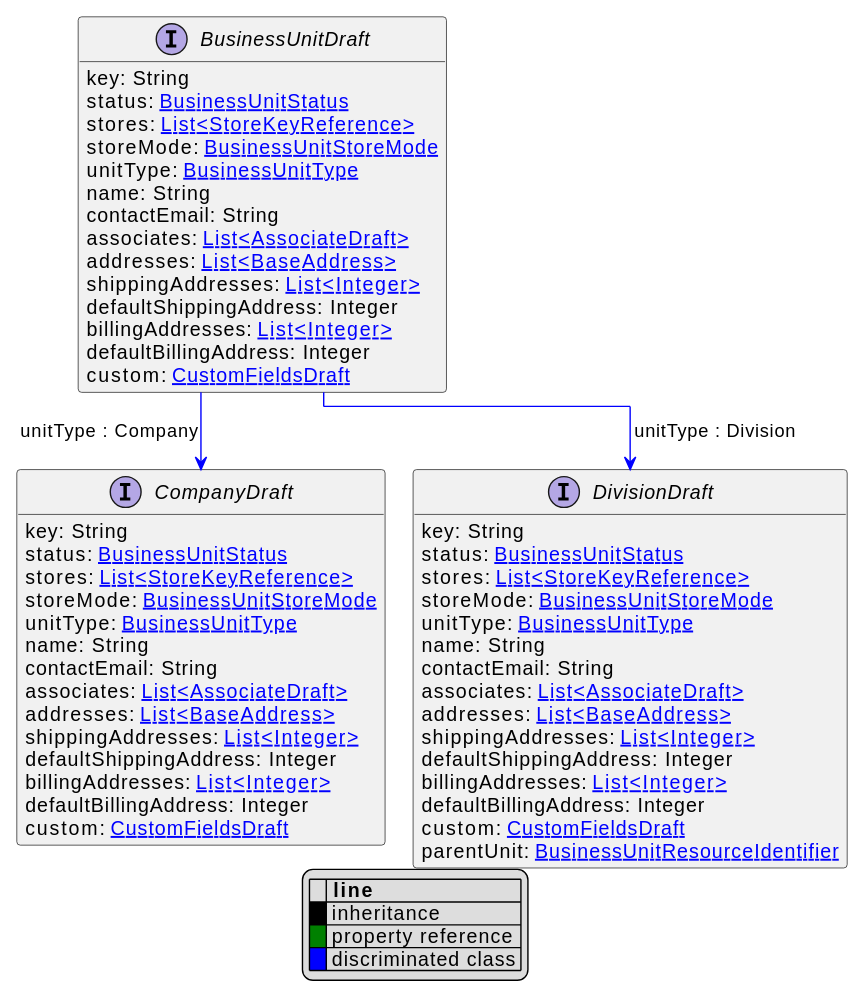
Above: uml/api/svg/BusinessUnitDraft.svg in commercetools/commercetools-api-reference (PlantUML), before the change. Its diagram source:
```plantuml
@startuml
!pragma layout elk
hide empty fields
hide empty methods
legend
|= |= line |
|<back:black>   </back>| inheritance |
|<back:green>   </back>| property reference |
|<back:blue>   </back>| discriminated class |
endlegend
interface BusinessUnitDraft [[BusinessUnitDraft.svg]]  {
    key: String
    status: [[BusinessUnitStatus.svg BusinessUnitStatus]]
    stores: [[StoreKeyReference.svg List<StoreKeyReference>]]
    storeMode: [[BusinessUnitStoreMode.svg BusinessUnitStoreMode]]
    unitType: [[BusinessUnitType.svg BusinessUnitType]]
    name: String
    contactEmail: String
    associates: [[AssociateDraft.svg List<AssociateDraft>]]
    addresses: [[BaseAddress.svg List<BaseAddress>]]
    shippingAddresses: [[Integer.svg List<Integer>]]
    defaultShippingAddress: Integer
    billingAddresses: [[Integer.svg List<Integer>]]
    defaultBillingAddress: Integer
    custom: [[CustomFieldsDraft.svg CustomFieldsDraft]]
}


interface CompanyDraft [[CompanyDraft.svg]]  {
    key: String
    status: [[BusinessUnitStatus.svg BusinessUnitStatus]]
    stores: [[StoreKeyReference.svg List<StoreKeyReference>]]
    storeMode: [[BusinessUnitStoreMode.svg BusinessUnitStoreMode]]
    unitType: [[BusinessUnitType.svg BusinessUnitType]]
    name: String
    contactEmail: String
    associates: [[AssociateDraft.svg List<AssociateDraft>]]
    addresses: [[BaseAddress.svg List<BaseAddress>]]
    shippingAddresses: [[Integer.svg List<Integer>]]
    defaultShippingAddress: Integer
    billingAddresses: [[Integer.svg List<Integer>]]
    defaultBillingAddress: Integer
    custom: [[CustomFieldsDraft.svg CustomFieldsDraft]]
}
interface DivisionDraft [[DivisionDraft.svg]]  {
    key: String
    status: [[BusinessUnitStatus.svg BusinessUnitStatus]]
    stores: [[StoreKeyReference.svg List<StoreKeyReference>]]
    storeMode: [[BusinessUnitStoreMode.svg BusinessUnitStoreMode]]
    unitType: [[BusinessUnitType.svg BusinessUnitType]]
    name: String
    contactEmail: String
    associates: [[AssociateDraft.svg List<AssociateDraft>]]
    addresses: [[BaseAddress.svg List<BaseAddress>]]
    shippingAddresses: [[Integer.svg List<Integer>]]
    defaultShippingAddress: Integer
    billingAddresses: [[Integer.svg List<Integer>]]
    defaultBillingAddress: Integer
    custom: [[CustomFieldsDraft.svg CustomFieldsDraft]]
    parentUnit: [[BusinessUnitResourceIdentifier.svg BusinessUnitResourceIdentifier]]
}

BusinessUnitDraft --> CompanyDraft #blue;text:blue : "unitType : Company"
BusinessUnitDraft --> DivisionDraft #blue;text:blue : "unitType : Division"

@enduml
```
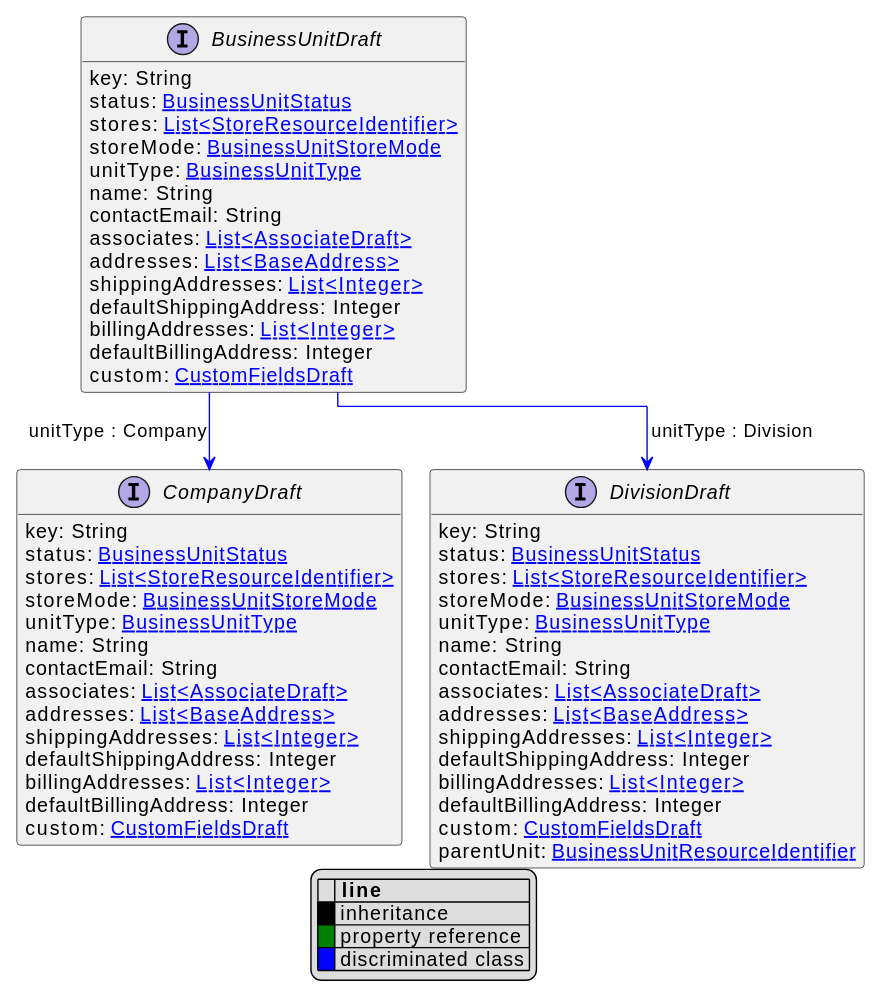
Later version of the same file.

Diff of the diagram source:
```diff
@@ -11,7 +11,7 @@
 interface BusinessUnitDraft [[BusinessUnitDraft.svg]]  {
     key: String
     status: [[BusinessUnitStatus.svg BusinessUnitStatus]]
-    stores: [[StoreKeyReference.svg List<StoreKeyReference>]]
+    stores: [[StoreResourceIdentifier.svg List<StoreResourceIdentifier>]]
     storeMode: [[BusinessUnitStoreMode.svg BusinessUnitStoreMode]]
     unitType: [[BusinessUnitType.svg BusinessUnitType]]
     name: String
@@ -29,7 +29,7 @@
 interface CompanyDraft [[CompanyDraft.svg]]  {
     key: String
     status: [[BusinessUnitStatus.svg BusinessUnitStatus]]
-    stores: [[StoreKeyReference.svg List<StoreKeyReference>]]
+    stores: [[StoreResourceIdentifier.svg List<StoreResourceIdentifier>]]
     storeMode: [[BusinessUnitStoreMode.svg BusinessUnitStoreMode]]
     unitType: [[BusinessUnitType.svg BusinessUnitType]]
     name: String
@@ -45,7 +45,7 @@
 interface DivisionDraft [[DivisionDraft.svg]]  {
     key: String
     status: [[BusinessUnitStatus.svg BusinessUnitStatus]]
-    stores: [[StoreKeyReference.svg List<StoreKeyReference>]]
+    stores: [[StoreResourceIdentifier.svg List<StoreResourceIdentifier>]]
     storeMode: [[BusinessUnitStoreMode.svg BusinessUnitStoreMode]]
     unitType: [[BusinessUnitType.svg BusinessUnitType]]
     name: String
```
